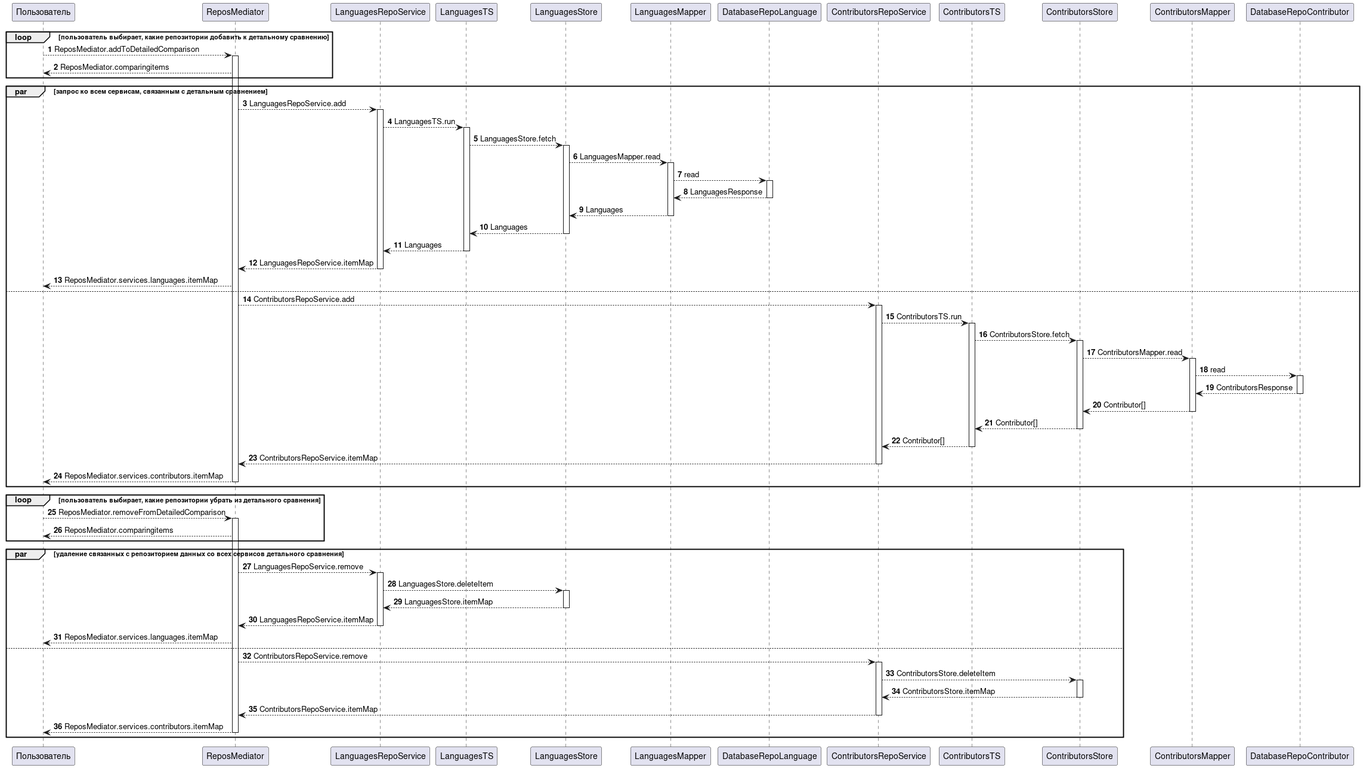
The PlantUML diagram docs/RepoServiceSequence_diagram.png in RepoAnalyzer/repolier-frontend, before a commit. The source it was exported from:
```plantuml
@startuml
autonumber
participant Пользователь as U

loop пользователь выбирает, какие репозитории добавить к детальному сравнению
    U --> ReposMediator: ReposMediator.addToDetailedComparison
    activate ReposMediator
    U <-- ReposMediator: ReposMediator.comparingitems
end
par запрос ко всем сервисам, связанным с детальным сравнением
    ReposMediator --> LanguagesRepoService: LanguagesRepoService.add
    activate LanguagesRepoService
    LanguagesRepoService --> LanguagesTS: LanguagesTS.run
    activate LanguagesTS
    LanguagesTS --> LanguagesStore: LanguagesStore.fetch
    activate LanguagesStore
    LanguagesStore --> LanguagesMapper: LanguagesMapper.read
    activate LanguagesMapper
    LanguagesMapper --> DatabaseRepoLanguage: read
    activate DatabaseRepoLanguage

    LanguagesMapper <-- DatabaseRepoLanguage: LanguagesResponse
    deactivate DatabaseRepoLanguage
    LanguagesStore <-- LanguagesMapper: Languages
    deactivate LanguagesMapper
    LanguagesTS <-- LanguagesStore: Languages
    deactivate LanguagesStore
    LanguagesRepoService <-- LanguagesTS: Languages
    deactivate LanguagesTS
    ReposMediator <-- LanguagesRepoService: LanguagesRepoService.itemMap
    deactivate LanguagesRepoService
    U <-- ReposMediator: ReposMediator.services.languages.itemMap
else
    ReposMediator --> ContributorsRepoService: ContributorsRepoService.add
    activate ContributorsRepoService
    ContributorsRepoService --> ContributorsTS: ContributorsTS.run
    activate ContributorsTS
    ContributorsTS --> ContributorsStore: ContributorsStore.fetch
    activate ContributorsStore
    ContributorsStore --> ContributorsMapper: ContributorsMapper.read
    activate ContributorsMapper
    ContributorsMapper --> DatabaseRepoContributor: read
    activate DatabaseRepoContributor

    ContributorsMapper <-- DatabaseRepoContributor: ContributorsResponse
    deactivate DatabaseRepoContributor
    ContributorsStore <-- ContributorsMapper: Contributor[]
    deactivate ContributorsMapper
    ContributorsTS <-- ContributorsStore: Contributor[]
    deactivate ContributorsStore
    ContributorsRepoService <-- ContributorsTS: Contributor[]
    deactivate ContributorsTS
    ReposMediator <-- ContributorsRepoService: ContributorsRepoService.itemMap
    deactivate ContributorsRepoService
    U <-- ReposMediator: ReposMediator.services.contributors.itemMap
    deactivate ReposMediator
end

loop пользователь выбирает, какие репозитории убрать из детального сравнения
    U --> ReposMediator: ReposMediator.removeFromDetailedComparison
    activate ReposMediator
    U <-- ReposMediator: ReposMediator.comparingitems
end
par удаление связанных с репозиторием данных со всех сервисов детального сравнения
    ReposMediator --> LanguagesRepoService: LanguagesRepoService.remove
    activate LanguagesRepoService
    LanguagesRepoService --> LanguagesStore: LanguagesStore.deleteItem
    activate LanguagesStore

    LanguagesRepoService <-- LanguagesStore: LanguagesStore.itemMap
    deactivate LanguagesStore
    ReposMediator <-- LanguagesRepoService: LanguagesRepoService.itemMap
    deactivate LanguagesRepoService
    U <-- ReposMediator: ReposMediator.services.languages.itemMap
else
    ReposMediator --> ContributorsRepoService: ContributorsRepoService.remove
    activate ContributorsRepoService
    ContributorsRepoService --> ContributorsStore: ContributorsStore.deleteItem
    activate ContributorsStore

    ContributorsRepoService <-- ContributorsStore: ContributorsStore.itemMap
    deactivate ContributorsStore
    ReposMediator <-- ContributorsRepoService: ContributorsRepoService.itemMap
    deactivate ContributorsRepoService
    U <-- ReposMediator: ReposMediator.services.contributors.itemMap
    deactivate ReposMediator
end
@enduml
```
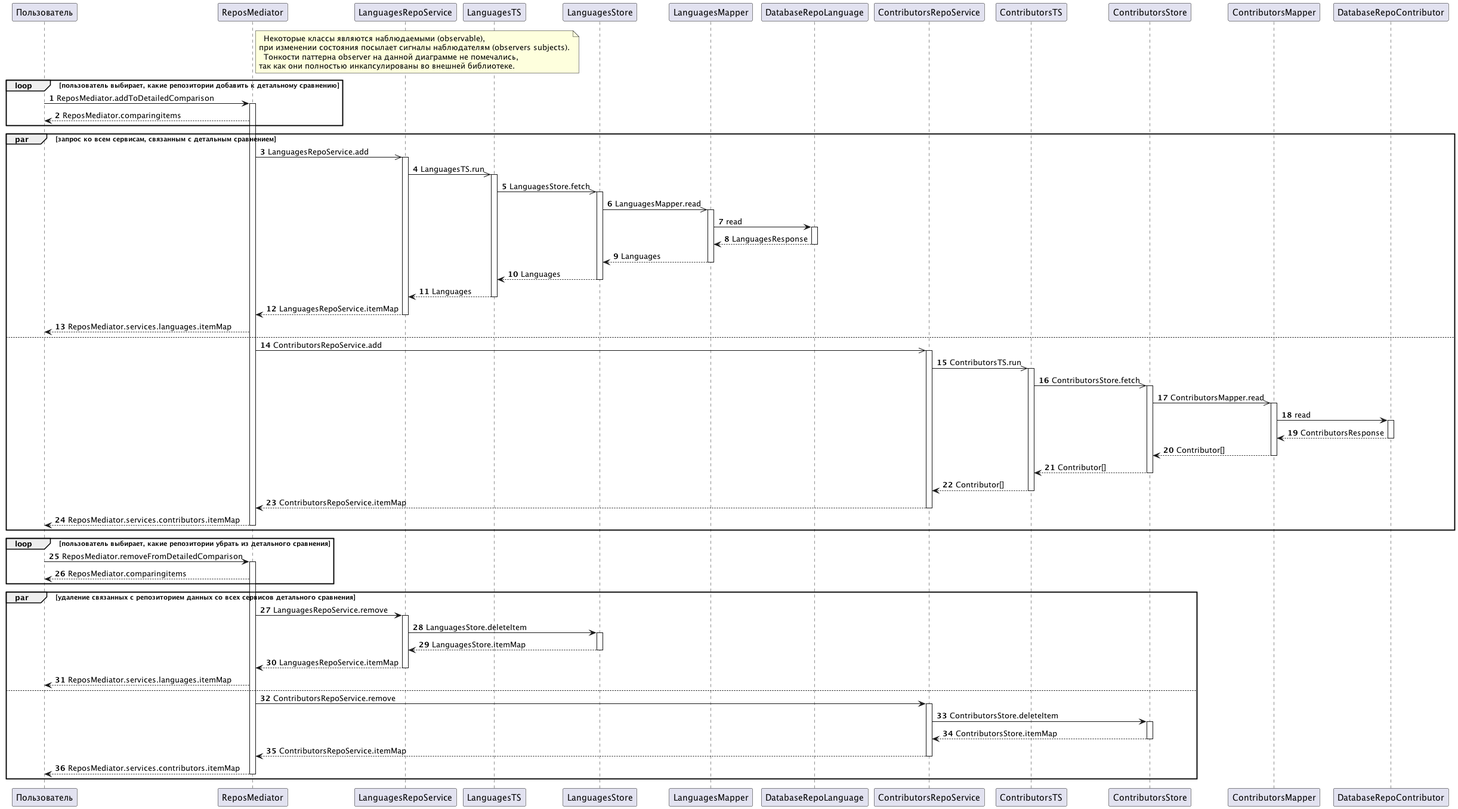
After the commit.

Diff of the diagram source:
```diff
@@ -1,22 +1,29 @@
 @startuml
 autonumber
 participant Пользователь as U
+participant ReposMediator
+note right of ReposMediator
+      Некоторые классы являются наблюдаемыми (observable),
+    при изменении состояния посылает сигналы наблюдателям (observers subjects).
+      Тонкости паттерна observer на данной диаграмме не помечались,
+    так как они полностью инкапсулированы во внешней библиотеке.
+end note
 
 loop пользователь выбирает, какие репозитории добавить к детальному сравнению
-    U --> ReposMediator: ReposMediator.addToDetailedComparison
+    U -> ReposMediator: ReposMediator.addToDetailedComparison
     activate ReposMediator
     U <-- ReposMediator: ReposMediator.comparingitems
 end
 par запрос ко всем сервисам, связанным с детальным сравнением
-    ReposMediator --> LanguagesRepoService: LanguagesRepoService.add
+    ReposMediator ->> LanguagesRepoService: LanguagesRepoService.add
     activate LanguagesRepoService
-    LanguagesRepoService --> LanguagesTS: LanguagesTS.run
+    LanguagesRepoService ->> LanguagesTS: LanguagesTS.run
     activate LanguagesTS
-    LanguagesTS --> LanguagesStore: LanguagesStore.fetch
+    LanguagesTS ->> LanguagesStore: LanguagesStore.fetch
     activate LanguagesStore
-    LanguagesStore --> LanguagesMapper: LanguagesMapper.read
+    LanguagesStore ->> LanguagesMapper: LanguagesMapper.read
     activate LanguagesMapper
-    LanguagesMapper --> DatabaseRepoLanguage: read
+    LanguagesMapper -> DatabaseRepoLanguage: read
     activate DatabaseRepoLanguage
 
     LanguagesMapper <-- DatabaseRepoLanguage: LanguagesResponse
@@ -31,15 +38,15 @@
     deactivate LanguagesRepoService
     U <-- ReposMediator: ReposMediator.services.languages.itemMap
 else
-    ReposMediator --> ContributorsRepoService: ContributorsRepoService.add
+    ReposMediator ->> ContributorsRepoService: ContributorsRepoService.add
     activate ContributorsRepoService
-    ContributorsRepoService --> ContributorsTS: ContributorsTS.run
+    ContributorsRepoService ->> ContributorsTS: ContributorsTS.run
     activate ContributorsTS
-    ContributorsTS --> ContributorsStore: ContributorsStore.fetch
+    ContributorsTS ->> ContributorsStore: ContributorsStore.fetch
     activate ContributorsStore
-    ContributorsStore --> ContributorsMapper: ContributorsMapper.read
+    ContributorsStore ->> ContributorsMapper: ContributorsMapper.read
     activate ContributorsMapper
-    ContributorsMapper --> DatabaseRepoContributor: read
+    ContributorsMapper -> DatabaseRepoContributor: read
     activate DatabaseRepoContributor
 
     ContributorsMapper <-- DatabaseRepoContributor: ContributorsResponse
@@ -57,14 +64,14 @@
 end
 
 loop пользователь выбирает, какие репозитории убрать из детального сравнения
-    U --> ReposMediator: ReposMediator.removeFromDetailedComparison
+    U -> ReposMediator: ReposMediator.removeFromDetailedComparison
     activate ReposMediator
     U <-- ReposMediator: ReposMediator.comparingitems
 end
 par удаление связанных с репозиторием данных со всех сервисов детального сравнения
-    ReposMediator --> LanguagesRepoService: LanguagesRepoService.remove
+    ReposMediator -> LanguagesRepoService: LanguagesRepoService.remove
     activate LanguagesRepoService
-    LanguagesRepoService --> LanguagesStore: LanguagesStore.deleteItem
+    LanguagesRepoService -> LanguagesStore: LanguagesStore.deleteItem
     activate LanguagesStore
 
     LanguagesRepoService <-- LanguagesStore: LanguagesStore.itemMap
@@ -73,9 +80,9 @@
     deactivate LanguagesRepoService
     U <-- ReposMediator: ReposMediator.services.languages.itemMap
 else
-    ReposMediator --> ContributorsRepoService: ContributorsRepoService.remove
+    ReposMediator -> ContributorsRepoService: ContributorsRepoService.remove
     activate ContributorsRepoService
-    ContributorsRepoService --> ContributorsStore: ContributorsStore.deleteItem
+    ContributorsRepoService -> ContributorsStore: ContributorsStore.deleteItem
     activate ContributorsStore
 
     ContributorsRepoService <-- ContributorsStore: ContributorsStore.itemMap
```
